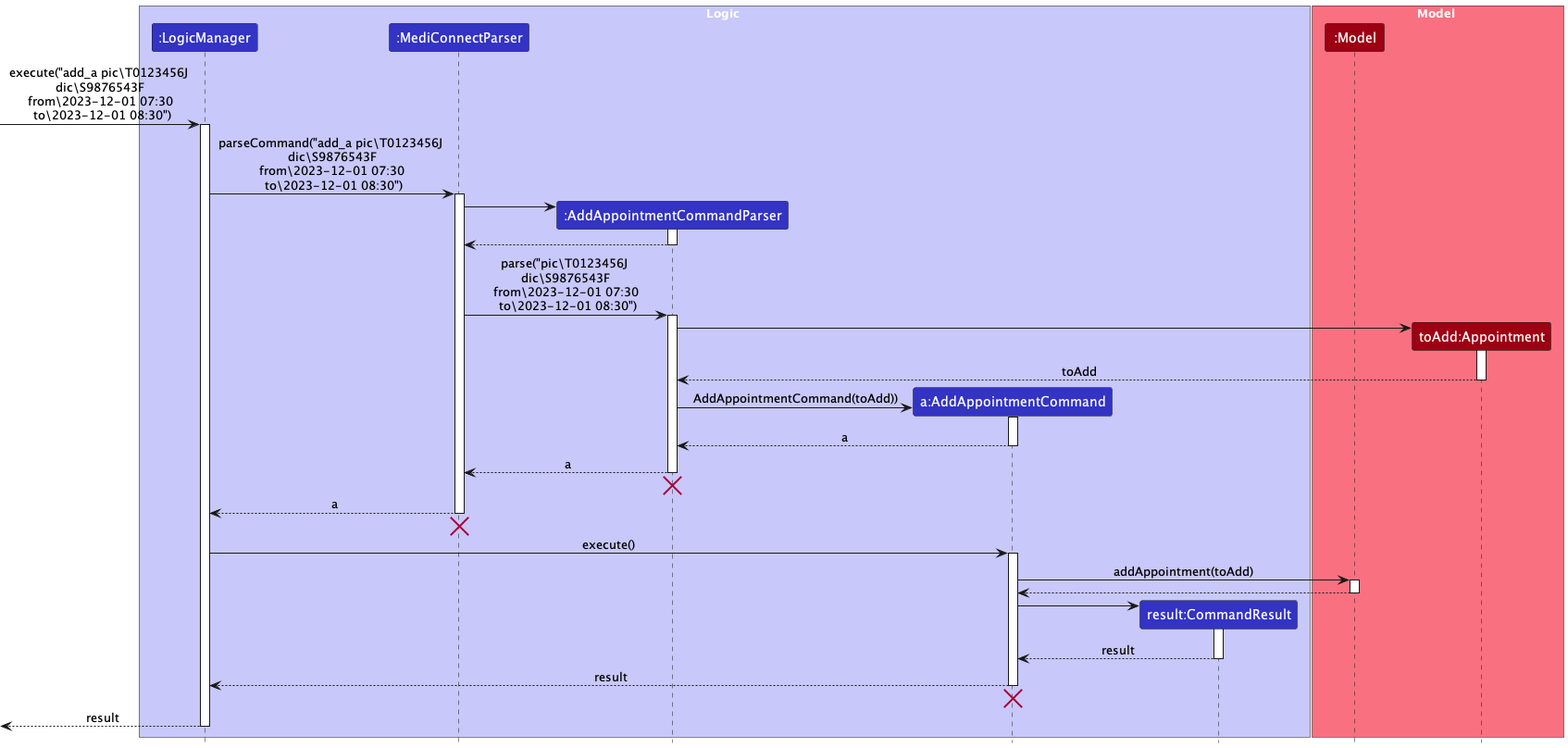
Before: docs/images/AddAppointmentSequenceDiagram.png, a diagram exported from PlantUML (yanghengtang/tp).
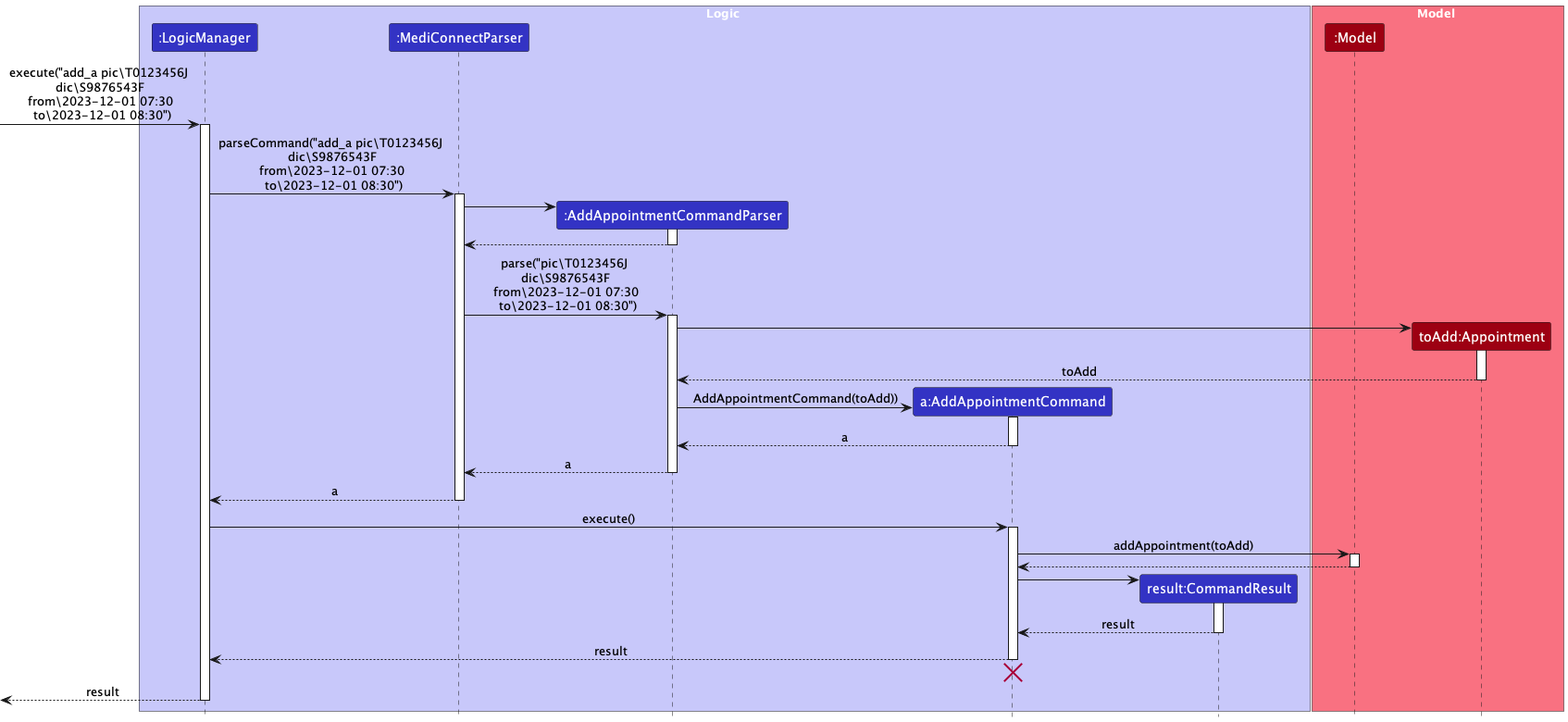
The same file after the commit.

Diff of the diagram source:
```diff
@@ -47,13 +47,9 @@
 
 AddAppointmentCommandParser --> MediConnectParser : a
 deactivate AddAppointmentCommandParser
-AddAppointmentCommandParser -[hidden]-> MediConnectParser
-destroy AddAppointmentCommandParser
 
 MediConnectParser --> LogicManager : a
 deactivate MediConnectParser
-MediConnectParser -[hidden]-> AddAppointmentCommandParser
-destroy MediConnectParser
 
 LogicManager -> AddAppointmentCommand : execute()
 activate AddAppointmentCommand
```
